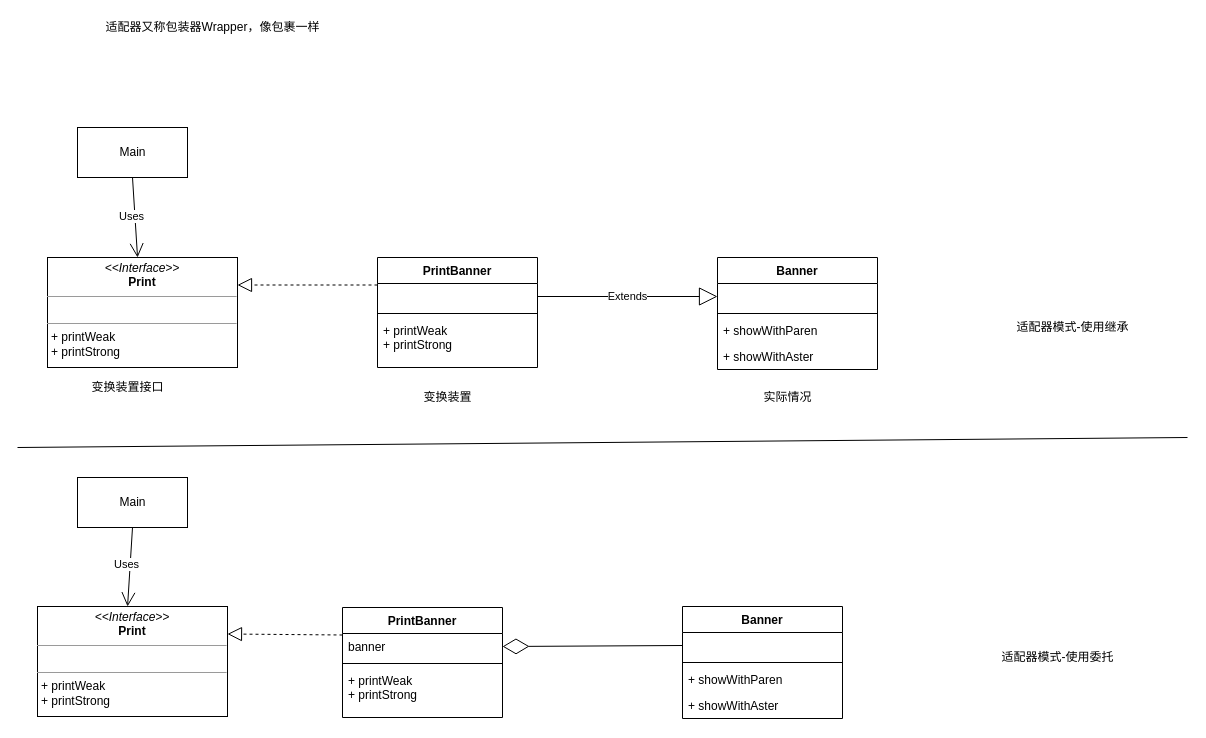
Earlier version of the draw.io diagram patterns/src/main/java/com/tenstone/leet/patterns/adapter/uml.drawio (mozhou-tech/java-in-depth). Source tidied: cells renumbered, new cells numbered last; positions are measured from the earlier drawing's top-left corner, leaving out a move shared by most shapes. Both pictures are drawn from the tidied source at 100%, with x=0, y=0 at pixel (17, 17).
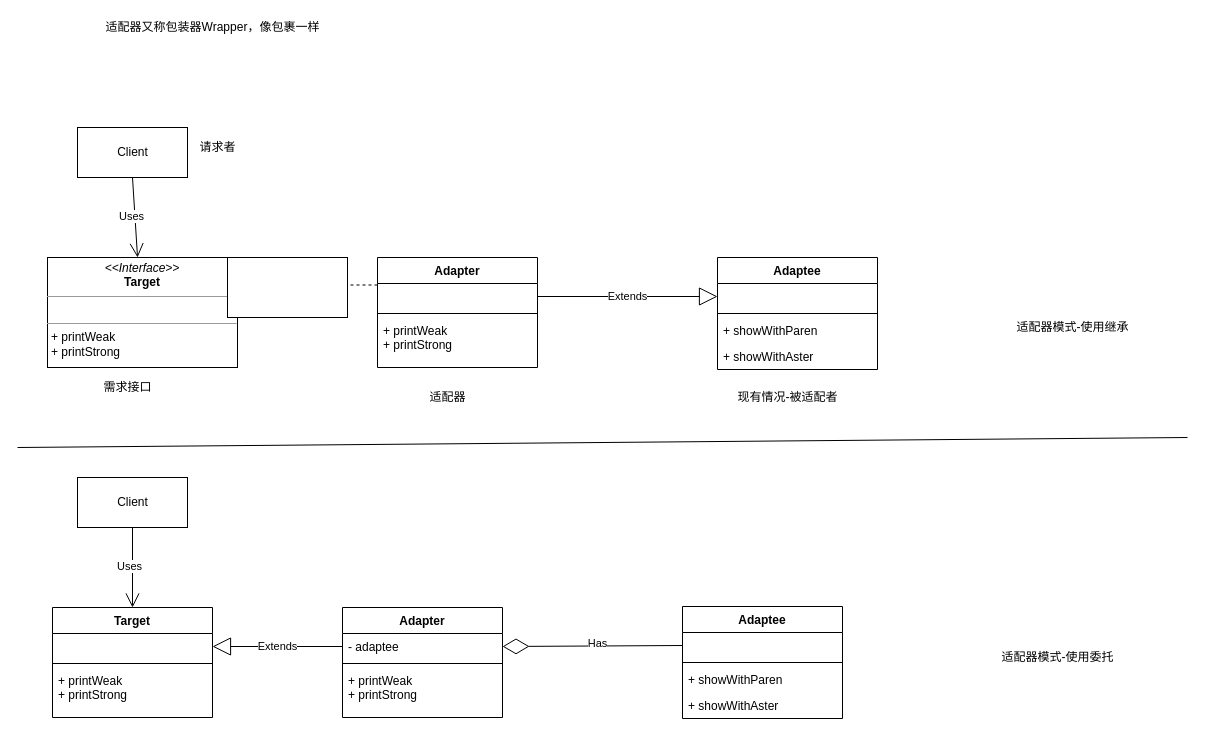
The same diagram, later.

Unchanged cells that the change refers to:
```xml
<mxCell id="33" style="endArrow=diamondThin;endFill=0;endSize=24;html=1;entryX=1;entryY=0.5;entryDx=0;entryDy=0;exitX=0;exitY=0.5;exitDx=0;exitDy=0;" parent="1" edge="1" source="26" target="22">
  <mxGeometry relative="1" as="geometry" />
</mxCell>
```

The edit, as a diff of the source:
```diff
@@
-    <mxCell id="2" value="Main" style="html=1;" parent="1" vertex="1">
+    <mxCell id="2" value="Client" style="html=1;" parent="1" vertex="1">
       <mxGeometry x="60" y="110" width="110" height="50" as="geometry" />
     </mxCell>
-    <mxCell id="3" value="&lt;p style=&quot;margin: 0px ; margin-top: 4px ; text-align: center&quot;&gt;&lt;i&gt;&amp;lt;&amp;lt;Interface&amp;gt;&amp;gt;&lt;/i&gt;&lt;br&gt;&lt;b&gt;Print&lt;/b&gt;&lt;/p&gt;&lt;hr size=&quot;1&quot;&gt;&lt;p style=&quot;margin: 0px ; margin-left: 4px&quot;&gt;&lt;br&gt;&lt;/p&gt;&lt;hr size=&quot;1&quot;&gt;&lt;p style=&quot;margin: 0px ; margin-left: 4px&quot;&gt;+ printWeak&lt;br&gt;+ printStrong&lt;/p&gt;" style="verticalAlign=top;align=left;overflow=fill;fontSize=12;fontFamily=Helvetica;html=1;" parent="1" vertex="1">
+    <mxCell id="3" value="&lt;p style=&quot;margin: 0px ; margin-top: 4px ; text-align: center&quot;&gt;&lt;i&gt;&amp;lt;&amp;lt;Interface&amp;gt;&amp;gt;&lt;/i&gt;&lt;br&gt;&lt;b&gt;Target&lt;/b&gt;&lt;/p&gt;&lt;hr size=&quot;1&quot;&gt;&lt;p style=&quot;margin: 0px ; margin-left: 4px&quot;&gt;&lt;br&gt;&lt;/p&gt;&lt;hr size=&quot;1&quot;&gt;&lt;p style=&quot;margin: 0px ; margin-left: 4px&quot;&gt;+ printWeak&lt;br&gt;+ printStrong&lt;/p&gt;" style="verticalAlign=top;align=left;overflow=fill;fontSize=12;fontFamily=Helvetica;html=1;" parent="1" vertex="1">
       <mxGeometry x="30" y="240" width="190" height="110" as="geometry" />
     </mxCell>
-    <mxCell id="4" value="PrintBanner" style="swimlane;fontStyle=1;align=center;verticalAlign=top;horizontal=1;startSize=26;" parent="1" vertex="1">
+    <mxCell id="4" value="Adapter" style="swimlane;fontStyle=1;align=center;verticalAlign=top;horizontal=1;startSize=26;" parent="1" vertex="1">
       <mxGeometry x="360" y="240" width="160" height="110" as="geometry" />
     </mxCell>
@@
-    <mxCell id="8" value="Banner" style="swimlane;fontStyle=1;align=center;verticalAlign=top;horizontal=1;startSize=26;" parent="1" vertex="1">
+    <mxCell id="8" value="Adaptee" style="swimlane;fontStyle=1;align=center;verticalAlign=top;horizontal=1;startSize=26;" parent="1" vertex="1">
       <mxGeometry x="700" y="240" width="160" height="112" as="geometry" />
     </mxCell>
@@
-    <mxCell id="19" value="Main" style="html=1;" parent="1" vertex="1">
+    <mxCell id="19" value="Client" style="html=1;" parent="1" vertex="1">
       <mxGeometry x="60" y="460" width="110" height="50" as="geometry" />
     </mxCell>
-    <mxCell id="20" value="&lt;p style=&quot;margin: 0px ; margin-top: 4px ; text-align: center&quot;&gt;&lt;i&gt;&amp;lt;&amp;lt;Interface&amp;gt;&amp;gt;&lt;/i&gt;&lt;br&gt;&lt;b&gt;Print&lt;/b&gt;&lt;/p&gt;&lt;hr size=&quot;1&quot;&gt;&lt;p style=&quot;margin: 0px ; margin-left: 4px&quot;&gt;&lt;br&gt;&lt;/p&gt;&lt;hr size=&quot;1&quot;&gt;&lt;p style=&quot;margin: 0px ; margin-left: 4px&quot;&gt;+ printWeak&lt;br&gt;+ printStrong&lt;/p&gt;" style="verticalAlign=top;align=left;overflow=fill;fontSize=12;fontFamily=Helvetica;html=1;" parent="1" vertex="1">
-      <mxGeometry x="20" y="589" width="190" height="110" as="geometry" />
-    </mxCell>
-    <mxCell id="21" value="PrintBanner" style="swimlane;fontStyle=1;align=center;verticalAlign=top;horizontal=1;startSize=26;" parent="1" vertex="1">
+    <mxCell id="21" value="Adapter" style="swimlane;fontStyle=1;align=center;verticalAlign=top;horizontal=1;startSize=26;" parent="1" vertex="1">
       <mxGeometry x="325" y="590" width="160" height="110" as="geometry" />
     </mxCell>
-    <mxCell id="22" value="banner " style="text;strokeColor=none;fillColor=none;align=left;verticalAlign=top;spacingLeft=4;spacingRight=4;overflow=hidden;points=[[0,0.5],[1,0.5]];portConstraint=eastwest;" parent="21" vertex="1">
+    <mxCell id="22" value="- adaptee " style="text;strokeColor=none;fillColor=none;align=left;verticalAlign=top;spacingLeft=4;spacingRight=4;overflow=hidden;points=[[0,0.5],[1,0.5]];portConstraint=eastwest;" parent="21" vertex="1">
       <mxGeometry y="26" width="160" height="26" as="geometry" />
     </mxCell>
@@
-    <mxCell id="25" value="Banner" style="swimlane;fontStyle=1;align=center;verticalAlign=top;horizontal=1;startSize=26;" parent="1" vertex="1">
+    <mxCell id="25" value="Adaptee" style="swimlane;fontStyle=1;align=center;verticalAlign=top;horizontal=1;startSize=26;" parent="1" vertex="1">
       <mxGeometry x="665" y="589" width="160" height="112" as="geometry" />
     </mxCell>
@@
-    <mxCell id="30" style="endArrow=block;dashed=1;endFill=0;endSize=12;html=1;entryX=1;entryY=0.25;entryDx=0;entryDy=0;exitX=0;exitY=0.25;exitDx=0;exitDy=0;" parent="1" edge="1" source="21" target="20">
-      <mxGeometry relative="1" as="geometry" />
-    </mxCell>
-    <mxCell id="31" style="endArrow=open;endFill=1;endSize=12;html=1;exitX=0.5;exitY=1;exitDx=0;exitDy=0;entryX=0.474;entryY=0;entryDx=0;entryDy=0;entryPerimeter=0;" parent="1" edge="1" source="19" target="20">
+    <mxCell id="31" style="endArrow=open;endFill=1;endSize=12;html=1;exitX=0.5;exitY=1;exitDx=0;exitDy=0;entryX=0.5;entryY=0;entryDx=0;entryDy=0;" parent="1" edge="1" source="19" target="41">
       <mxGeometry relative="1" as="geometry" />
     </mxCell>
@@
+    <mxCell id="39" value="Has" style="edgeLabel;html=1;align=center;verticalAlign=middle;" parent="33" vertex="1">
+      <mxGeometry x="-0.06" y="-3" relative="1" as="geometry" />
+    </mxCell>
-    <mxCell id="34" value="变换装置" style="text;html=1;align=center;verticalAlign=middle;strokeColor=none;" parent="1" vertex="1">
-      <mxGeometry x="400" y="370" width="60" height="20" as="geometry" />
+    <mxCell id="34" value="适配器" style="text;html=1;align=center;verticalAlign=middle;strokeColor=none;" parent="1" vertex="1">
+      <mxGeometry x="405" y="370" width="50" height="20" as="geometry" />
     </mxCell>
-    <mxCell id="35" value="实际情况" style="text;html=1;align=center;verticalAlign=middle;strokeColor=none;" parent="1" vertex="1">
-      <mxGeometry x="740" y="370" width="60" height="20" as="geometry" />
+    <mxCell id="35" value="现有情况-被适配者" style="text;html=1;align=center;verticalAlign=middle;strokeColor=none;" parent="1" vertex="1">
+      <mxGeometry x="710" y="370" width="120" height="20" as="geometry" />
     </mxCell>
-    <mxCell id="36" value="变换装置接口" style="text;html=1;align=center;verticalAlign=middle;strokeColor=none;" parent="1" vertex="1">
-      <mxGeometry x="65" y="360" width="90" height="20" as="geometry" />
+    <mxCell id="36" value="需求接口" style="text;html=1;align=center;verticalAlign=middle;strokeColor=none;" parent="1" vertex="1">
+      <mxGeometry x="80" y="360" width="60" height="20" as="geometry" />
     </mxCell>
@@
+    <mxCell id="40" value="请求者" style="text;html=1;align=center;verticalAlign=middle;strokeColor=none;" parent="1" vertex="1">
+      <mxGeometry x="175" y="120" width="50" height="20" as="geometry" />
+    </mxCell>
+    <mxCell id="41" value="Target" style="swimlane;fontStyle=1;align=center;verticalAlign=top;horizontal=1;startSize=26;" parent="1" vertex="1">
+      <mxGeometry x="35" y="590" width="160" height="110" as="geometry" />
+    </mxCell>
+    <mxCell id="42" value=" " style="text;strokeColor=none;fillColor=none;align=left;verticalAlign=top;spacingLeft=4;spacingRight=4;overflow=hidden;points=[[0,0.5],[1,0.5]];portConstraint=eastwest;" parent="41" vertex="1">
+      <mxGeometry y="26" width="160" height="26" as="geometry" />
+    </mxCell>
+    <mxCell id="43" style="line;strokeWidth=1;fillColor=none;align=left;verticalAlign=middle;spacingTop=-1;spacingLeft=3;spacingRight=3;labelPosition=right;" parent="41" vertex="1">
+      <mxGeometry y="52" width="160" height="8" as="geometry" />
+    </mxCell>
+    <mxCell id="44" value="+ printWeak&#10;+ printStrong" style="text;strokeColor=none;fillColor=none;align=left;verticalAlign=top;spacingLeft=4;spacingRight=4;overflow=hidden;" parent="41" vertex="1">
+      <mxGeometry y="60" width="160" height="50" as="geometry" />
+    </mxCell>
+    <mxCell id="45" value="Extends" style="endArrow=block;endSize=16;endFill=0;html=1;entryX=1;entryY=0.5;entryDx=0;entryDy=0;exitX=0;exitY=0.5;exitDx=0;exitDy=0;" parent="1" edge="1" source="22" target="42">
+      <mxGeometry relative="1" as="geometry" />
+    </mxCell>
+    <mxCell id="46" style="whiteSpace=wrap;html=1;" parent="1" vertex="1">
+      <mxGeometry x="210" y="240" width="120" height="60" as="geometry" />
+    </mxCell>
```
